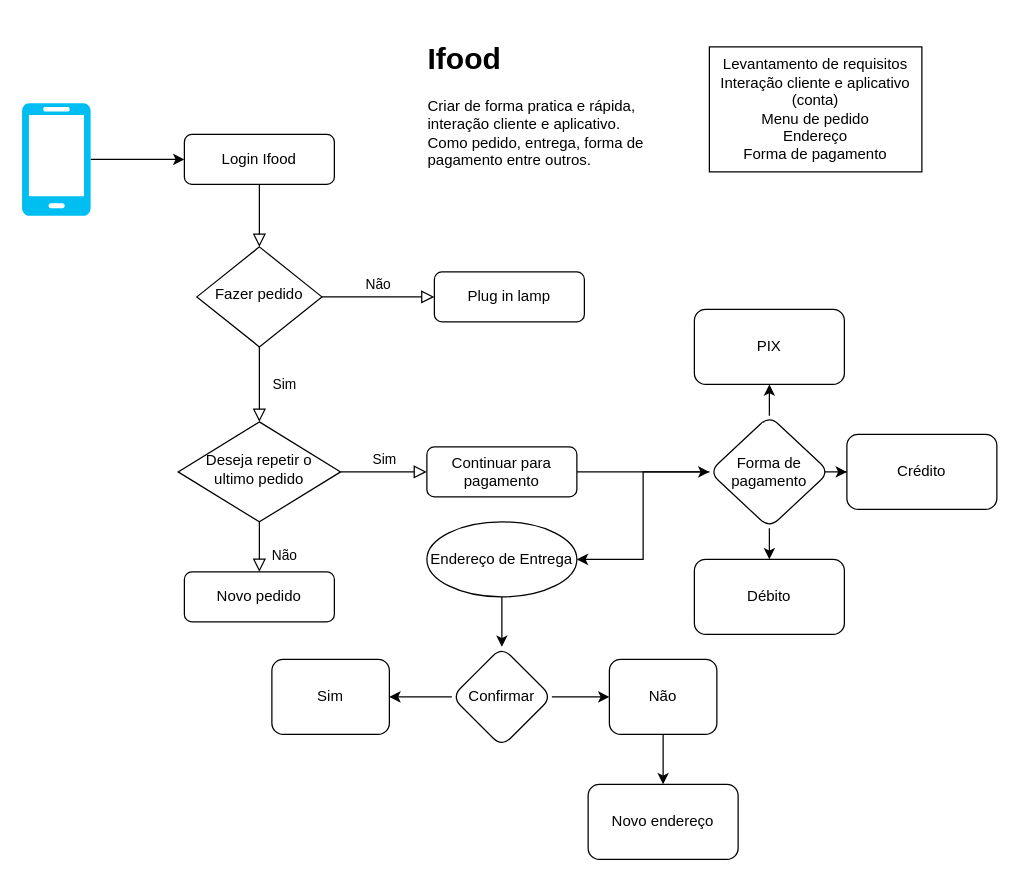
The draw.io diagram Itau_Diagram.drawio in 82well/intro-itau, before the edit. Source tidied: cells renumbered, new cells numbered last; positions are measured from the earlier drawing's top-left corner, leaving out a move shared by most shapes. Both pictures are drawn from the tidied source at 125%, with x=0, y=0 at pixel (21, 34).
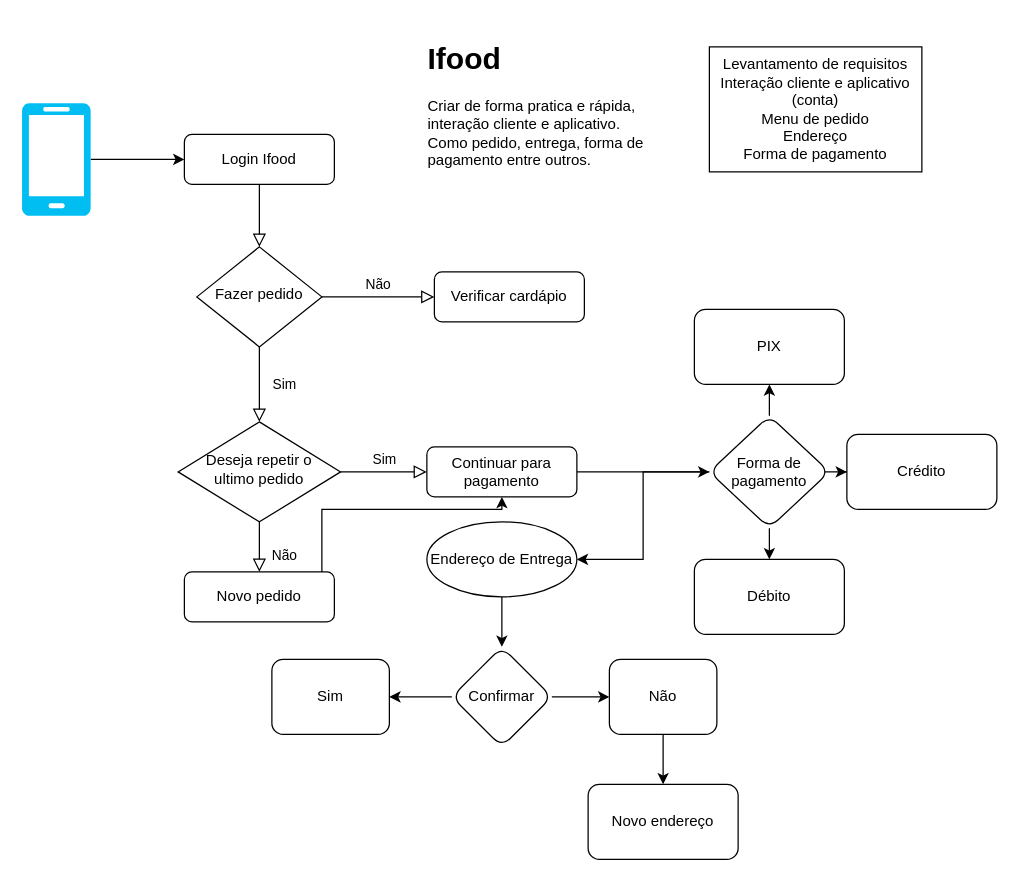
After the change.

Unchanged cells that the change refers to:
```xml
<mxCell id="11" value="Novo pedido" style="rounded=1;whiteSpace=wrap;html=1;fontSize=12;glass=0;strokeWidth=1;shadow=0;" parent="1" vertex="1">
  <mxGeometry x="130" y="430" width="120" height="40" as="geometry" />
</mxCell>
<mxCell id="13" value="Continuar para pagamento" style="rounded=1;whiteSpace=wrap;html=1;fontSize=12;glass=0;strokeWidth=1;shadow=0;" parent="1" vertex="1">
  <mxGeometry x="324" y="330" width="120" height="40" as="geometry" />
</mxCell>
```

The edit, as a diff of the source:
```diff
@@
-    <mxCell id="7" value="Plug in lamp" style="rounded=1;whiteSpace=wrap;html=1;fontSize=12;glass=0;strokeWidth=1;shadow=0;" parent="1" vertex="1">
+    <mxCell id="7" value="Verificar cardápio" style="rounded=1;whiteSpace=wrap;html=1;fontSize=12;glass=0;strokeWidth=1;shadow=0;" parent="1" vertex="1">
       <mxGeometry x="330" y="190" width="120" height="40" as="geometry" />
     </mxCell>
@@
+    <mxCell id="35" style="edgeStyle=orthogonalEdgeStyle;rounded=0;jettySize=auto;html=1;" parent="1" edge="1" source="11" target="13">
+      <mxGeometry relative="1" as="geometry">
+        <Array as="points">
+          <mxPoint x="240" y="380" />
+          <mxPoint x="384" y="380" />
+        </Array>
+      </mxGeometry>
+    </mxCell>
```
